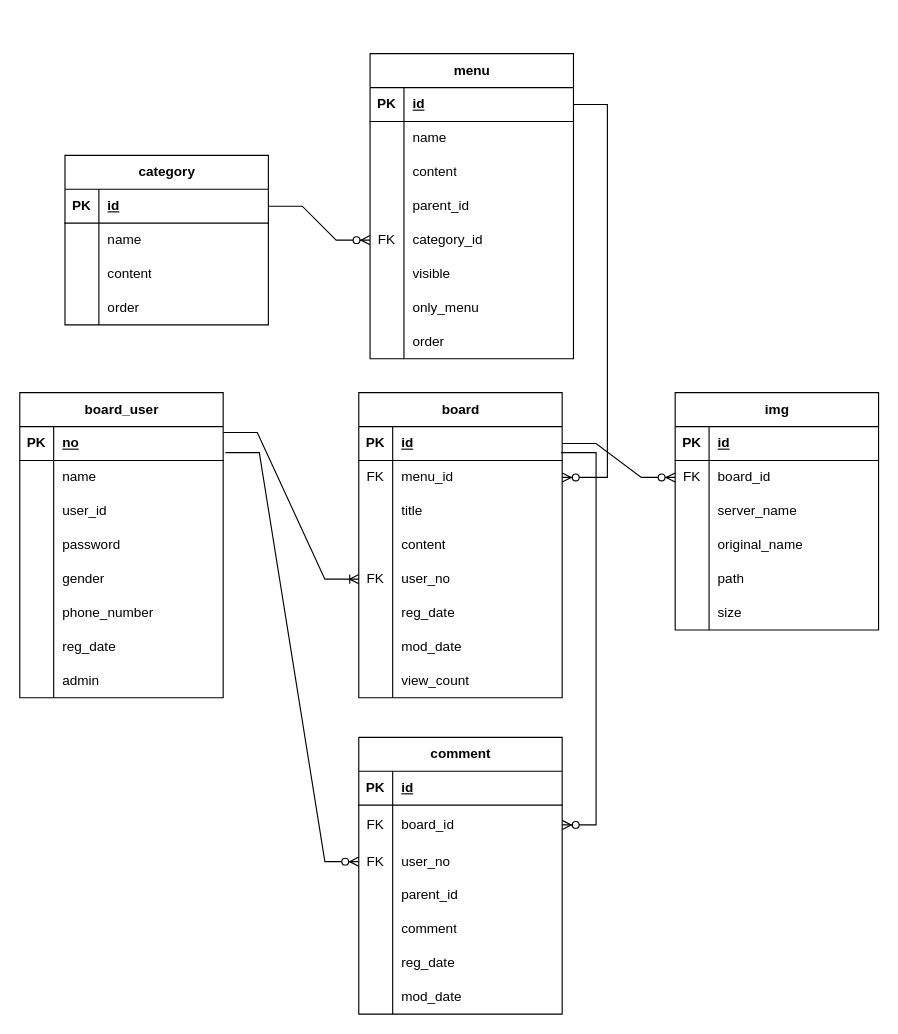
The draw.io diagram board2.drawio in currychoco/loginboard2, before the edit. Source tidied: cells renumbered, new cells numbered last; positions are measured from the earlier drawing's top-left corner, leaving out a move shared by most shapes. Both pictures are drawn from the tidied source at 113%, with x=0, y=0 at pixel (19, 53).
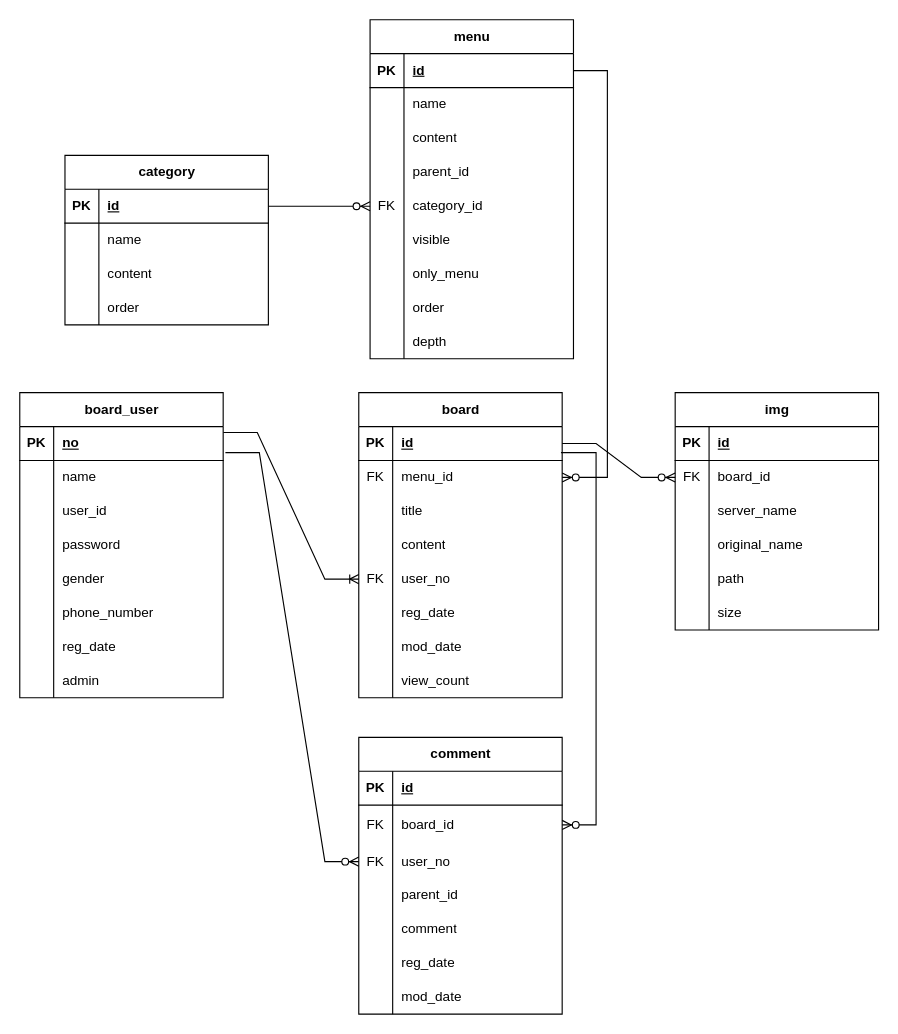
The same diagram, later.

What changed in the source:
```diff
@@
     <mxCell id="97" value="menu" style="shape=table;startSize=30;childLayout=tableLayout;rowLines=0;fontStyle=1;align=center;html=1;" parent="1" vertex="1">
-      <mxGeometry x="310" width="180" height="270" as="geometry" />
+      <mxGeometry x="310" y="-30" width="180" height="300" as="geometry" />
     </mxCell>
@@
+    <mxCell id="137" style="shape=tableRow;horizontal=0;startSize=0;swimlaneHead=0;swimlaneBody=0;fillColor=none;top=0;left=0;right=0;bottom=0;" parent="97" vertex="1">
+      <mxGeometry y="270" width="180" height="30" as="geometry" />
+    </mxCell>
+    <mxCell id="138" style="shape=partialRectangle;fillColor=none;top=0;left=0;bottom=0;right=0;overflow=hidden;whiteSpace=wrap;html=1;" parent="137" vertex="1">
+      <mxGeometry width="30" height="30" as="geometry" />
+    </mxCell>
+    <mxCell id="139" value="depth" style="shape=partialRectangle;fillColor=none;top=0;left=0;bottom=0;right=0;align=left;spacingLeft=6;overflow=hidden;whiteSpace=wrap;html=1;" parent="137" vertex="1">
+      <mxGeometry x="30" width="150" height="30" as="geometry" />
+    </mxCell>
```
